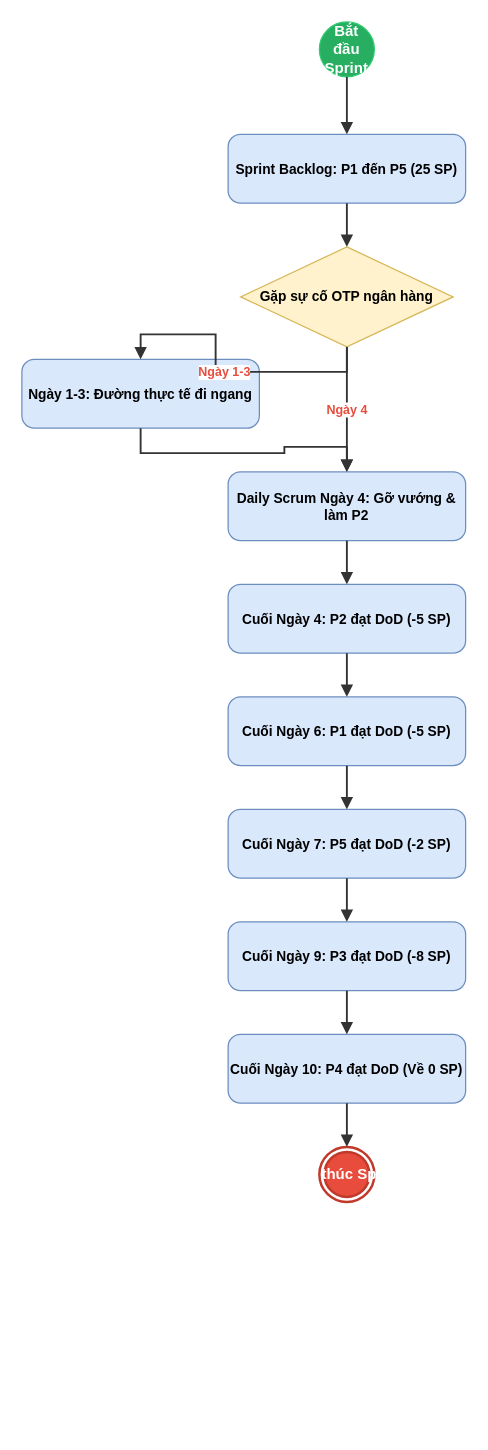
This is btth2.drawio from IT206-K25-Agile-va-Scrum/btth2ss7, a draw.io file, before an edit. Source tidied: cells renumbered, new cells numbered last; positions are measured from the earlier drawing's top-left corner, leaving out a move shared by most shapes. Both pictures are drawn from the tidied source at 125%, with x=0, y=0 at pixel (21, 21).
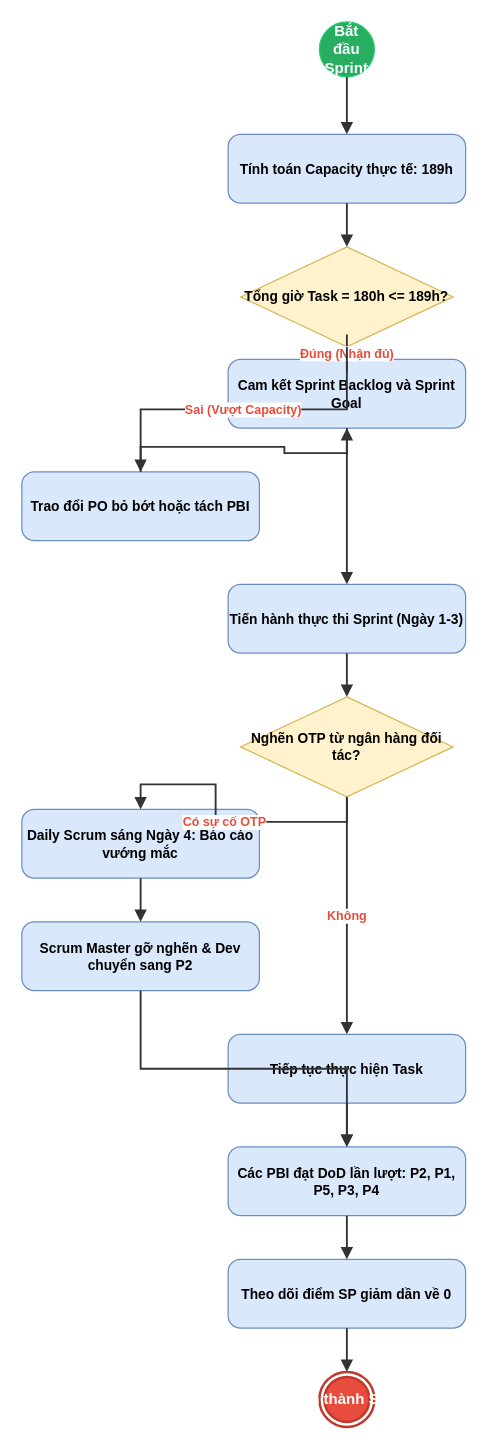
The same page after the edit.

Unchanged cells that the change refers to:
```xml
<mxCell id="2" value="Bắt đầu Sprint" style="ellipse;whiteSpace=wrap;html=1;fillColor=#27ae60;strokeColor=#2ecc71;fontColor=#ffffff;fontStyle=1;" parent="1" vertex="1">
  <mxGeometry x="238" width="44" height="44" as="geometry" />
</mxCell>
```

What changed in the source:
```diff
@@
-    <mxCell id="3" value="Sprint Backlog: P1 đến P5 (25 SP)" style="rounded=1;whiteSpace=wrap;html=1;fillColor=#dae8fc;strokeColor=#6c8ebf;fontStyle=1;fontSize=11;arcSize=18;" parent="1" vertex="1">
-      <mxGeometry x="165" y="90" width="190" height="55" as="geometry" />
-    </mxCell>
-    <mxCell id="4" value="Gặp sự cố OTP ngân hàng" style="rhombus;whiteSpace=wrap;html=1;fillColor=#fff2cc;strokeColor=#d6b656;fontStyle=1;fontSize=11;spacing=2;" parent="1" vertex="1">
-      <mxGeometry x="175" y="180" width="170" height="80" as="geometry" />
-    </mxCell>
-    <mxCell id="5" value="Ngày 1-3: Đường thực tế đi ngang" style="rounded=1;whiteSpace=wrap;html=1;fillColor=#dae8fc;strokeColor=#6c8ebf;fontStyle=1;fontSize=11;arcSize=18;" parent="1" vertex="1">
-      <mxGeometry y="270" width="190" height="55" as="geometry" />
-    </mxCell>
-    <mxCell id="6" value="Daily Scrum Ngày 4: Gỡ vướng &amp; làm P2" style="rounded=1;whiteSpace=wrap;html=1;fillColor=#dae8fc;strokeColor=#6c8ebf;fontStyle=1;fontSize=11;arcSize=18;" parent="1" vertex="1">
-      <mxGeometry x="165" y="360" width="190" height="55" as="geometry" />
-    </mxCell>
-    <mxCell id="7" value="Cuối Ngày 4: P2 đạt DoD (-5 SP)" style="rounded=1;whiteSpace=wrap;html=1;fillColor=#dae8fc;strokeColor=#6c8ebf;fontStyle=1;fontSize=11;arcSize=18;" parent="1" vertex="1">
-      <mxGeometry x="165" y="450" width="190" height="55" as="geometry" />
-    </mxCell>
-    <mxCell id="8" value="Cuối Ngày 6: P1 đạt DoD (-5 SP)" style="rounded=1;whiteSpace=wrap;html=1;fillColor=#dae8fc;strokeColor=#6c8ebf;fontStyle=1;fontSize=11;arcSize=18;" parent="1" vertex="1">
-      <mxGeometry x="165" y="540" width="190" height="55" as="geometry" />
-    </mxCell>
-    <mxCell id="9" value="Cuối Ngày 7: P5 đạt DoD (-2 SP)" style="rounded=1;whiteSpace=wrap;html=1;fillColor=#dae8fc;strokeColor=#6c8ebf;fontStyle=1;fontSize=11;arcSize=18;" parent="1" vertex="1">
-      <mxGeometry x="165" y="630" width="190" height="55" as="geometry" />
-    </mxCell>
-    <mxCell id="10" value="Cuối Ngày 9: P3 đạt DoD (-8 SP)" style="rounded=1;whiteSpace=wrap;html=1;fillColor=#dae8fc;strokeColor=#6c8ebf;fontStyle=1;fontSize=11;arcSize=18;" parent="1" vertex="1">
-      <mxGeometry x="165" y="720" width="190" height="55" as="geometry" />
-    </mxCell>
-    <mxCell id="11" value="Cuối Ngày 10: P4 đạt DoD (Về 0 SP)" style="rounded=1;whiteSpace=wrap;html=1;fillColor=#dae8fc;strokeColor=#6c8ebf;fontStyle=1;fontSize=11;arcSize=18;" parent="1" vertex="1">
-      <mxGeometry x="165" y="810" width="190" height="55" as="geometry" />
-    </mxCell>
+    <mxCell id="24" value="Tính toán Capacity thực tế: 189h" style="rounded=1;whiteSpace=wrap;html=1;fillColor=#dae8fc;strokeColor=#6c8ebf;fontStyle=1;fontSize=11;arcSize=18;" parent="1" vertex="1">
+      <mxGeometry x="165" y="90" width="190" height="55" as="geometry" />
+    </mxCell>
+    <mxCell id="25" value="Tổng giờ Task = 180h &lt;= 189h?" style="rhombus;whiteSpace=wrap;html=1;fillColor=#fff2cc;strokeColor=#d6b656;fontStyle=1;fontSize=11;spacing=2;" parent="1" vertex="1">
+      <mxGeometry x="175" y="180" width="170" height="80" as="geometry" />
+    </mxCell>
+    <mxCell id="26" value="Cam kết Sprint Backlog và Sprint Goal" style="rounded=1;whiteSpace=wrap;html=1;fillColor=#dae8fc;strokeColor=#6c8ebf;fontStyle=1;fontSize=11;arcSize=18;" parent="1" vertex="1">
+      <mxGeometry x="165" y="270" width="190" height="55" as="geometry" />
+    </mxCell>
+    <mxCell id="27" value="Trao đổi PO bỏ bớt hoặc tách PBI" style="rounded=1;whiteSpace=wrap;html=1;fillColor=#dae8fc;strokeColor=#6c8ebf;fontStyle=1;fontSize=11;arcSize=18;" parent="1" vertex="1">
+      <mxGeometry y="360" width="190" height="55" as="geometry" />
+    </mxCell>
+    <mxCell id="28" value="Tiến hành thực thi Sprint (Ngày 1-3)" style="rounded=1;whiteSpace=wrap;html=1;fillColor=#dae8fc;strokeColor=#6c8ebf;fontStyle=1;fontSize=11;arcSize=18;" parent="1" vertex="1">
+      <mxGeometry x="165" y="450" width="190" height="55" as="geometry" />
+    </mxCell>
+    <mxCell id="29" value="Nghẽn OTP từ ngân hàng đối tác?" style="rhombus;whiteSpace=wrap;html=1;fillColor=#fff2cc;strokeColor=#d6b656;fontStyle=1;fontSize=11;spacing=2;" parent="1" vertex="1">
+      <mxGeometry x="175" y="540" width="170" height="80" as="geometry" />
+    </mxCell>
+    <mxCell id="30" value="Daily Scrum sáng Ngày 4: Báo cáo vướng mắc" style="rounded=1;whiteSpace=wrap;html=1;fillColor=#dae8fc;strokeColor=#6c8ebf;fontStyle=1;fontSize=11;arcSize=18;" parent="1" vertex="1">
+      <mxGeometry y="630" width="190" height="55" as="geometry" />
+    </mxCell>
+    <mxCell id="31" value="Scrum Master gỡ nghẽn &amp; Dev chuyển sang P2" style="rounded=1;whiteSpace=wrap;html=1;fillColor=#dae8fc;strokeColor=#6c8ebf;fontStyle=1;fontSize=11;arcSize=18;" parent="1" vertex="1">
+      <mxGeometry y="720" width="190" height="55" as="geometry" />
+    </mxCell>
+    <mxCell id="32" value="Tiếp tục thực hiện Task" style="rounded=1;whiteSpace=wrap;html=1;fillColor=#dae8fc;strokeColor=#6c8ebf;fontStyle=1;fontSize=11;arcSize=18;" parent="1" vertex="1">
+      <mxGeometry x="165" y="810" width="190" height="55" as="geometry" />
+    </mxCell>
+    <mxCell id="33" value="Các PBI đạt DoD lần lượt: P2, P1, P5, P3, P4" style="rounded=1;whiteSpace=wrap;html=1;fillColor=#dae8fc;strokeColor=#6c8ebf;fontStyle=1;fontSize=11;arcSize=18;" parent="1" vertex="1">
+      <mxGeometry x="165" y="900" width="190" height="55" as="geometry" />
+    </mxCell>
+    <mxCell id="34" value="Theo dõi điểm SP giảm dần về 0" style="rounded=1;whiteSpace=wrap;html=1;fillColor=#dae8fc;strokeColor=#6c8ebf;fontStyle=1;fontSize=11;arcSize=18;" parent="1" vertex="1">
+      <mxGeometry x="165" y="990" width="190" height="55" as="geometry" />
+    </mxCell>
-    <mxCell id="12" value="Kết thúc Sprint" style="ellipse;html=1;shape=endState;fillColor=#e74c3c;strokeColor=#c0392b;strokeWidth=2;fontColor=#ffffff;fontStyle=1;" parent="1" vertex="1">
-      <mxGeometry x="238" y="900" width="44" height="44" as="geometry" />
+    <mxCell id="12" value="Hoàn thành Sprint" style="ellipse;html=1;shape=endState;fillColor=#e74c3c;strokeColor=#c0392b;strokeWidth=2;fontColor=#ffffff;fontStyle=1;" parent="1" vertex="1">
+      <mxGeometry x="238" y="1080" width="44" height="44" as="geometry" />
     </mxCell>
-    <mxCell id="13" style="edgeStyle=orthogonalEdgeStyle;rounded=0;jettySize=auto;html=1;strokeWidth=1.5;strokeColor=#333333;endArrow=block;endFill=1;fontSize=10;fontColor=#e74c3c;fontStyle=1;" parent="1" edge="1" source="2" target="3">
+    <mxCell id="13" style="edgeStyle=orthogonalEdgeStyle;rounded=0;jettySize=auto;html=1;strokeWidth=1.5;strokeColor=#333333;endArrow=block;endFill=1;fontSize=10;fontColor=#e74c3c;fontStyle=1;" parent="1" edge="1" source="2" target="24">
       <mxGeometry relative="1" as="geometry" />
     </mxCell>
-    <mxCell id="14" style="edgeStyle=orthogonalEdgeStyle;rounded=0;jettySize=auto;html=1;strokeWidth=1.5;strokeColor=#333333;endArrow=block;endFill=1;fontSize=10;fontColor=#e74c3c;fontStyle=1;" parent="1" edge="1" source="3" target="4">
+    <mxCell id="14" style="edgeStyle=orthogonalEdgeStyle;rounded=0;jettySize=auto;html=1;strokeWidth=1.5;strokeColor=#333333;endArrow=block;endFill=1;fontSize=10;fontColor=#e74c3c;fontStyle=1;" parent="1" edge="1" source="24" target="25">
       <mxGeometry relative="1" as="geometry" />
     </mxCell>
-    <mxCell id="15" value="Ngày 1-3" style="edgeStyle=orthogonalEdgeStyle;rounded=0;jettySize=auto;html=1;strokeWidth=1.5;strokeColor=#333333;endArrow=block;endFill=1;fontSize=10;fontColor=#e74c3c;fontStyle=1;" parent="1" edge="1" source="4" target="5">
+    <mxCell id="15" value="Đúng (Nhận đủ)" style="edgeStyle=orthogonalEdgeStyle;rounded=0;jettySize=auto;html=1;strokeWidth=1.5;strokeColor=#333333;endArrow=block;endFill=1;fontSize=10;fontColor=#e74c3c;fontStyle=1;" parent="1" edge="1" source="25" target="26">
       <mxGeometry relative="1" as="geometry" />
     </mxCell>
-    <mxCell id="16" style="edgeStyle=orthogonalEdgeStyle;rounded=0;jettySize=auto;html=1;strokeWidth=1.5;strokeColor=#333333;endArrow=block;endFill=1;fontSize=10;fontColor=#e74c3c;fontStyle=1;" parent="1" edge="1" source="5" target="6">
+    <mxCell id="16" value="Sai (Vượt Capacity)" style="edgeStyle=orthogonalEdgeStyle;rounded=0;jettySize=auto;html=1;strokeWidth=1.5;strokeColor=#333333;endArrow=block;endFill=1;fontSize=10;fontColor=#e74c3c;fontStyle=1;" parent="1" edge="1" source="25" target="27">
       <mxGeometry relative="1" as="geometry" />
     </mxCell>
-    <mxCell id="17" value="Ngày 4" style="edgeStyle=orthogonalEdgeStyle;rounded=0;jettySize=auto;html=1;strokeWidth=1.5;strokeColor=#333333;endArrow=block;endFill=1;fontSize=10;fontColor=#e74c3c;fontStyle=1;" parent="1" edge="1" source="4" target="6">
+    <mxCell id="17" style="edgeStyle=orthogonalEdgeStyle;rounded=0;jettySize=auto;html=1;strokeWidth=1.5;strokeColor=#333333;endArrow=block;endFill=1;fontSize=10;fontColor=#e74c3c;fontStyle=1;" parent="1" edge="1" source="27" target="26">
       <mxGeometry relative="1" as="geometry" />
     </mxCell>
-    <mxCell id="18" style="edgeStyle=orthogonalEdgeStyle;rounded=0;jettySize=auto;html=1;strokeWidth=1.5;strokeColor=#333333;endArrow=block;endFill=1;fontSize=10;fontColor=#e74c3c;fontStyle=1;" parent="1" edge="1" source="6" target="7">
+    <mxCell id="18" style="edgeStyle=orthogonalEdgeStyle;rounded=0;jettySize=auto;html=1;strokeWidth=1.5;strokeColor=#333333;endArrow=block;endFill=1;fontSize=10;fontColor=#e74c3c;fontStyle=1;" parent="1" edge="1" source="26" target="28">
       <mxGeometry relative="1" as="geometry" />
     </mxCell>
-    <mxCell id="19" style="edgeStyle=orthogonalEdgeStyle;rounded=0;jettySize=auto;html=1;strokeWidth=1.5;strokeColor=#333333;endArrow=block;endFill=1;fontSize=10;fontColor=#e74c3c;fontStyle=1;" parent="1" edge="1" source="7" target="8">
+    <mxCell id="19" style="edgeStyle=orthogonalEdgeStyle;rounded=0;jettySize=auto;html=1;strokeWidth=1.5;strokeColor=#333333;endArrow=block;endFill=1;fontSize=10;fontColor=#e74c3c;fontStyle=1;" parent="1" edge="1" source="28" target="29">
       <mxGeometry relative="1" as="geometry" />
     </mxCell>
-    <mxCell id="20" style="edgeStyle=orthogonalEdgeStyle;rounded=0;jettySize=auto;html=1;strokeWidth=1.5;strokeColor=#333333;endArrow=block;endFill=1;fontSize=10;fontColor=#e74c3c;fontStyle=1;" parent="1" edge="1" source="8" target="9">
+    <mxCell id="20" value="Có sự cố OTP" style="edgeStyle=orthogonalEdgeStyle;rounded=0;jettySize=auto;html=1;strokeWidth=1.5;strokeColor=#333333;endArrow=block;endFill=1;fontSize=10;fontColor=#e74c3c;fontStyle=1;" parent="1" edge="1" source="29" target="30">
       <mxGeometry relative="1" as="geometry" />
     </mxCell>
-    <mxCell id="21" style="edgeStyle=orthogonalEdgeStyle;rounded=0;jettySize=auto;html=1;strokeWidth=1.5;strokeColor=#333333;endArrow=block;endFill=1;fontSize=10;fontColor=#e74c3c;fontStyle=1;" parent="1" edge="1" source="9" target="10">
+    <mxCell id="21" style="edgeStyle=orthogonalEdgeStyle;rounded=0;jettySize=auto;html=1;strokeWidth=1.5;strokeColor=#333333;endArrow=block;endFill=1;fontSize=10;fontColor=#e74c3c;fontStyle=1;" parent="1" edge="1" source="30" target="31">
       <mxGeometry relative="1" as="geometry" />
     </mxCell>
-    <mxCell id="22" style="edgeStyle=orthogonalEdgeStyle;rounded=0;jettySize=auto;html=1;strokeWidth=1.5;strokeColor=#333333;endArrow=block;endFill=1;fontSize=10;fontColor=#e74c3c;fontStyle=1;" parent="1" edge="1" source="10" target="11">
+    <mxCell id="22" style="edgeStyle=orthogonalEdgeStyle;rounded=0;jettySize=auto;html=1;strokeWidth=1.5;strokeColor=#333333;endArrow=block;endFill=1;fontSize=10;fontColor=#e74c3c;fontStyle=1;" parent="1" edge="1" source="31" target="33">
       <mxGeometry relative="1" as="geometry" />
     </mxCell>
-    <mxCell id="23" style="edgeStyle=orthogonalEdgeStyle;rounded=0;jettySize=auto;html=1;strokeWidth=1.5;strokeColor=#333333;endArrow=block;endFill=1;fontSize=10;fontColor=#e74c3c;fontStyle=1;" parent="1" edge="1" source="11" target="12">
+    <mxCell id="23" value="Không" style="edgeStyle=orthogonalEdgeStyle;rounded=0;jettySize=auto;html=1;strokeWidth=1.5;strokeColor=#333333;endArrow=block;endFill=1;fontSize=10;fontColor=#e74c3c;fontStyle=1;" parent="1" edge="1" source="29" target="32">
       <mxGeometry relative="1" as="geometry" />
     </mxCell>
+    <mxCell id="35" style="edgeStyle=orthogonalEdgeStyle;rounded=0;jettySize=auto;html=1;strokeWidth=1.5;strokeColor=#333333;endArrow=block;endFill=1;fontSize=10;fontColor=#e74c3c;fontStyle=1;" parent="1" edge="1" source="32" target="33">
+      <mxGeometry relative="1" as="geometry" />
+    </mxCell>
+    <mxCell id="36" style="edgeStyle=orthogonalEdgeStyle;rounded=0;jettySize=auto;html=1;strokeWidth=1.5;strokeColor=#333333;endArrow=block;endFill=1;fontSize=10;fontColor=#e74c3c;fontStyle=1;" parent="1" edge="1" source="33" target="34">
+      <mxGeometry relative="1" as="geometry" />
+    </mxCell>
+    <mxCell id="37" style="edgeStyle=orthogonalEdgeStyle;rounded=0;jettySize=auto;html=1;strokeWidth=1.5;strokeColor=#333333;endArrow=block;endFill=1;fontSize=10;fontColor=#e74c3c;fontStyle=1;" parent="1" edge="1" source="34" target="12">
+      <mxGeometry relative="1" as="geometry" />
+    </mxCell>
```
